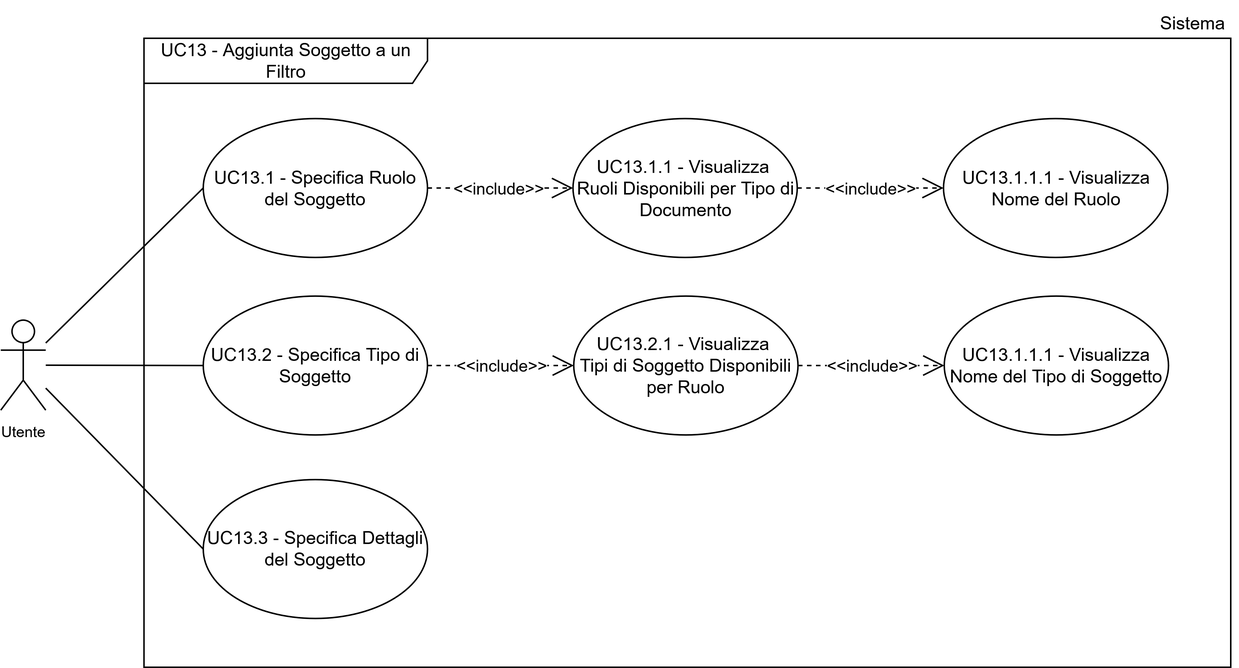
Above: assets/uml/UC13INC.png in 7-ZPUs/Docs (draw.io), before the change. Source tidied: cells renumbered, new cells last; positions are measured from the earlier drawing's top-left corner, leaving out a move shared by most shapes. The source it was exported from:
```xml
<mxGraphModel>
  <root>
    <mxCell id="0" />
    <mxCell id="1" parent="0" />
    <mxCell id="2" value="&lt;div&gt;UC13.1 - Specifica Ruolo del Soggetto&lt;/div&gt;" style="ellipse;whiteSpace=wrap;html=1;" parent="1" vertex="1">
      <mxGeometry x="135" y="78.5" width="149.5" height="92.5" as="geometry" />
    </mxCell>
    <mxCell id="3" style="rounded=0;jettySize=auto;html=1;entryX=0;entryY=0.5;entryDx=0;entryDy=0;strokeColor=default;endArrow=none;endFill=0;" parent="1" edge="1" source="4" target="2">
      <mxGeometry relative="1" as="geometry" />
    </mxCell>
    <mxCell id="4" value="&lt;font style=&quot;font-size: 10px;&quot;&gt;Utente&lt;/font&gt;" style="shape=umlActor;verticalLabelPosition=bottom;verticalAlign=top;html=1;outlineConnect=0;" parent="1" vertex="1">
      <mxGeometry y="212.8" width="30" height="60" as="geometry" />
    </mxCell>
    <mxCell id="5" value="&lt;font style=&quot;font-size: 12px;&quot;&gt;Sistema&lt;/font&gt;" style="text;html=1;whiteSpace=wrap;strokeColor=none;fillColor=none;align=center;verticalAlign=middle;rounded=0;fontSize=10;" parent="1" vertex="1">
      <mxGeometry x="764.8" width="60" height="30" as="geometry" />
    </mxCell>
    <mxCell id="6" value="&lt;div&gt;UC13 - Aggiunta Soggetto a un Filtro&lt;/div&gt;" style="shape=umlFrame;whiteSpace=wrap;html=1;width=189;height=30;" parent="1" vertex="1">
      <mxGeometry x="95.5" y="25" width="724.5" height="419" as="geometry" />
    </mxCell>
    <mxCell id="7" value="&lt;div&gt;UC13.2 - Specifica Tipo di Soggetto&lt;/div&gt;" style="ellipse;whiteSpace=wrap;html=1;" parent="1" vertex="1">
      <mxGeometry x="135" y="196.8" width="149.5" height="92.5" as="geometry" />
    </mxCell>
    <mxCell id="8" style="rounded=0;jettySize=auto;html=1;entryX=0;entryY=0.5;entryDx=0;entryDy=0;strokeColor=default;endArrow=none;endFill=0;" parent="1" edge="1" source="4" target="7">
      <mxGeometry relative="1" as="geometry" />
    </mxCell>
    <mxCell id="9" value="&lt;div&gt;UC13.3 - Specifica Dettagli del Soggetto&lt;/div&gt;" style="ellipse;whiteSpace=wrap;html=1;" parent="1" vertex="1">
      <mxGeometry x="135" y="319" width="149.5" height="92.5" as="geometry" />
    </mxCell>
    <mxCell id="10" style="rounded=0;jettySize=auto;html=1;entryX=0;entryY=0.5;entryDx=0;entryDy=0;strokeColor=default;endArrow=none;endFill=0;" parent="1" edge="1" source="4" target="9">
      <mxGeometry relative="1" as="geometry" />
    </mxCell>
    <mxCell id="11" value="&amp;lt;&amp;lt;include&amp;gt;&amp;gt;" style="endArrow=open;endSize=12;dashed=1;html=1;rounded=0;exitX=1;exitY=0.5;exitDx=0;exitDy=0;entryX=0;entryY=0.5;entryDx=0;entryDy=0;" parent="1" edge="1" source="2" target="12">
      <mxGeometry relative="1" as="geometry" />
    </mxCell>
    <mxCell id="12" value="&lt;div&gt;UC13.1.1 - Visualizza&amp;nbsp;&lt;/div&gt;&lt;div&gt;Ruoli Disponibili per Tipo di Documento&lt;/div&gt;" style="ellipse;whiteSpace=wrap;html=1;" parent="1" vertex="1">
      <mxGeometry x="381.5" y="78.5" width="149.5" height="92.5" as="geometry" />
    </mxCell>
    <mxCell id="13" value="&amp;lt;&amp;lt;include&amp;gt;&amp;gt;" style="endArrow=open;endSize=12;dashed=1;html=1;rounded=0;exitX=1;exitY=0.5;exitDx=0;exitDy=0;entryX=0;entryY=0.5;entryDx=0;entryDy=0;" parent="1" edge="1" source="12" target="14">
      <mxGeometry relative="1" as="geometry" />
    </mxCell>
    <mxCell id="14" value="&lt;div&gt;UC13.1.1.1 - Visualizza Nome del Ruolo&lt;/div&gt;" style="ellipse;whiteSpace=wrap;html=1;" parent="1" vertex="1">
      <mxGeometry x="628.5" y="78.5" width="149.5" height="92.5" as="geometry" />
    </mxCell>
    <mxCell id="15" value="&amp;lt;&amp;lt;include&amp;gt;&amp;gt;" style="endArrow=open;endSize=12;dashed=1;html=1;rounded=0;exitX=1;exitY=0.5;exitDx=0;exitDy=0;entryX=0;entryY=0.5;entryDx=0;entryDy=0;" parent="1" edge="1" source="7" target="16">
      <mxGeometry relative="1" as="geometry" />
    </mxCell>
    <mxCell id="16" value="&lt;div&gt;UC13.2.1 - Visualizza&amp;nbsp;&lt;/div&gt;&lt;div&gt;Tipi di Soggetto Disponibili per Ruolo&lt;/div&gt;" style="ellipse;whiteSpace=wrap;html=1;" parent="1" vertex="1">
      <mxGeometry x="382" y="196.8" width="149.5" height="92.5" as="geometry" />
    </mxCell>
    <mxCell id="17" value="&amp;lt;&amp;lt;include&amp;gt;&amp;gt;" style="endArrow=open;endSize=12;dashed=1;html=1;rounded=0;exitX=1;exitY=0.5;exitDx=0;exitDy=0;entryX=0;entryY=0.5;entryDx=0;entryDy=0;" parent="1" edge="1" source="16" target="18">
      <mxGeometry relative="1" as="geometry" />
    </mxCell>
    <mxCell id="18" value="&lt;div&gt;UC13.1.1.1 - Visualizza Nome del Tipo di Soggetto&lt;/div&gt;" style="ellipse;whiteSpace=wrap;html=1;" parent="1" vertex="1">
      <mxGeometry x="629" y="196.8" width="149.5" height="92.5" as="geometry" />
    </mxCell>
  </root>
</mxGraphModel>
```
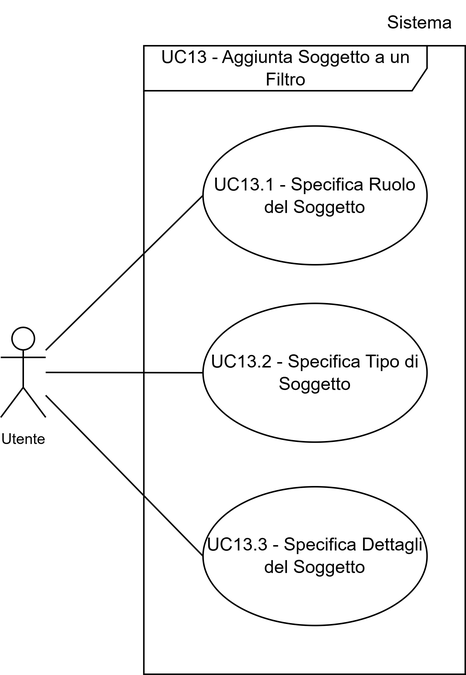
The same diagram one commit later.

Change to the diagram source:
```diff
@@ -12,10 +12,10 @@
       <mxGeometry y="212.8" width="30" height="60" as="geometry" />
     </mxCell>
     <mxCell id="5" value="&lt;font style=&quot;font-size: 12px;&quot;&gt;Sistema&lt;/font&gt;" style="text;html=1;whiteSpace=wrap;strokeColor=none;fillColor=none;align=center;verticalAlign=middle;rounded=0;fontSize=10;" parent="1" vertex="1">
-      <mxGeometry x="764.8" width="60" height="30" as="geometry" />
+      <mxGeometry x="250" y="-5" width="60" height="30" as="geometry" />
     </mxCell>
     <mxCell id="6" value="&lt;div&gt;UC13 - Aggiunta Soggetto a un Filtro&lt;/div&gt;" style="shape=umlFrame;whiteSpace=wrap;html=1;width=189;height=30;" parent="1" vertex="1">
-      <mxGeometry x="95.5" y="25" width="724.5" height="419" as="geometry" />
+      <mxGeometry x="95.5" y="25" width="214.5" height="419" as="geometry" />
     </mxCell>
     <mxCell id="7" value="&lt;div&gt;UC13.2 - Specifica Tipo di Soggetto&lt;/div&gt;" style="ellipse;whiteSpace=wrap;html=1;" parent="1" vertex="1">
       <mxGeometry x="135" y="196.8" width="149.5" height="92.5" as="geometry" />
@@ -29,29 +29,5 @@
     <mxCell id="10" style="rounded=0;jettySize=auto;html=1;entryX=0;entryY=0.5;entryDx=0;entryDy=0;strokeColor=default;endArrow=none;endFill=0;" parent="1" edge="1" source="4" target="9">
       <mxGeometry relative="1" as="geometry" />
     </mxCell>
-    <mxCell id="11" value="&amp;lt;&amp;lt;include&amp;gt;&amp;gt;" style="endArrow=open;endSize=12;dashed=1;html=1;rounded=0;exitX=1;exitY=0.5;exitDx=0;exitDy=0;entryX=0;entryY=0.5;entryDx=0;entryDy=0;" parent="1" edge="1" source="2" target="12">
-      <mxGeometry relative="1" as="geometry" />
-    </mxCell>
-    <mxCell id="12" value="&lt;div&gt;UC13.1.1 - Visualizza&amp;nbsp;&lt;/div&gt;&lt;div&gt;Ruoli Disponibili per Tipo di Documento&lt;/div&gt;" style="ellipse;whiteSpace=wrap;html=1;" parent="1" vertex="1">
-      <mxGeometry x="381.5" y="78.5" width="149.5" height="92.5" as="geometry" />
-    </mxCell>
-    <mxCell id="13" value="&amp;lt;&amp;lt;include&amp;gt;&amp;gt;" style="endArrow=open;endSize=12;dashed=1;html=1;rounded=0;exitX=1;exitY=0.5;exitDx=0;exitDy=0;entryX=0;entryY=0.5;entryDx=0;entryDy=0;" parent="1" edge="1" source="12" target="14">
-      <mxGeometry relative="1" as="geometry" />
-    </mxCell>
-    <mxCell id="14" value="&lt;div&gt;UC13.1.1.1 - Visualizza Nome del Ruolo&lt;/div&gt;" style="ellipse;whiteSpace=wrap;html=1;" parent="1" vertex="1">
-      <mxGeometry x="628.5" y="78.5" width="149.5" height="92.5" as="geometry" />
-    </mxCell>
-    <mxCell id="15" value="&amp;lt;&amp;lt;include&amp;gt;&amp;gt;" style="endArrow=open;endSize=12;dashed=1;html=1;rounded=0;exitX=1;exitY=0.5;exitDx=0;exitDy=0;entryX=0;entryY=0.5;entryDx=0;entryDy=0;" parent="1" edge="1" source="7" target="16">
-      <mxGeometry relative="1" as="geometry" />
-    </mxCell>
-    <mxCell id="16" value="&lt;div&gt;UC13.2.1 - Visualizza&amp;nbsp;&lt;/div&gt;&lt;div&gt;Tipi di Soggetto Disponibili per Ruolo&lt;/div&gt;" style="ellipse;whiteSpace=wrap;html=1;" parent="1" vertex="1">
-      <mxGeometry x="382" y="196.8" width="149.5" height="92.5" as="geometry" />
-    </mxCell>
-    <mxCell id="17" value="&amp;lt;&amp;lt;include&amp;gt;&amp;gt;" style="endArrow=open;endSize=12;dashed=1;html=1;rounded=0;exitX=1;exitY=0.5;exitDx=0;exitDy=0;entryX=0;entryY=0.5;entryDx=0;entryDy=0;" parent="1" edge="1" source="16" target="18">
-      <mxGeometry relative="1" as="geometry" />
-    </mxCell>
-    <mxCell id="18" value="&lt;div&gt;UC13.1.1.1 - Visualizza Nome del Tipo di Soggetto&lt;/div&gt;" style="ellipse;whiteSpace=wrap;html=1;" parent="1" vertex="1">
-      <mxGeometry x="629" y="196.8" width="149.5" height="92.5" as="geometry" />
-    </mxCell>
   </root>
 </mxGraphModel>
```
